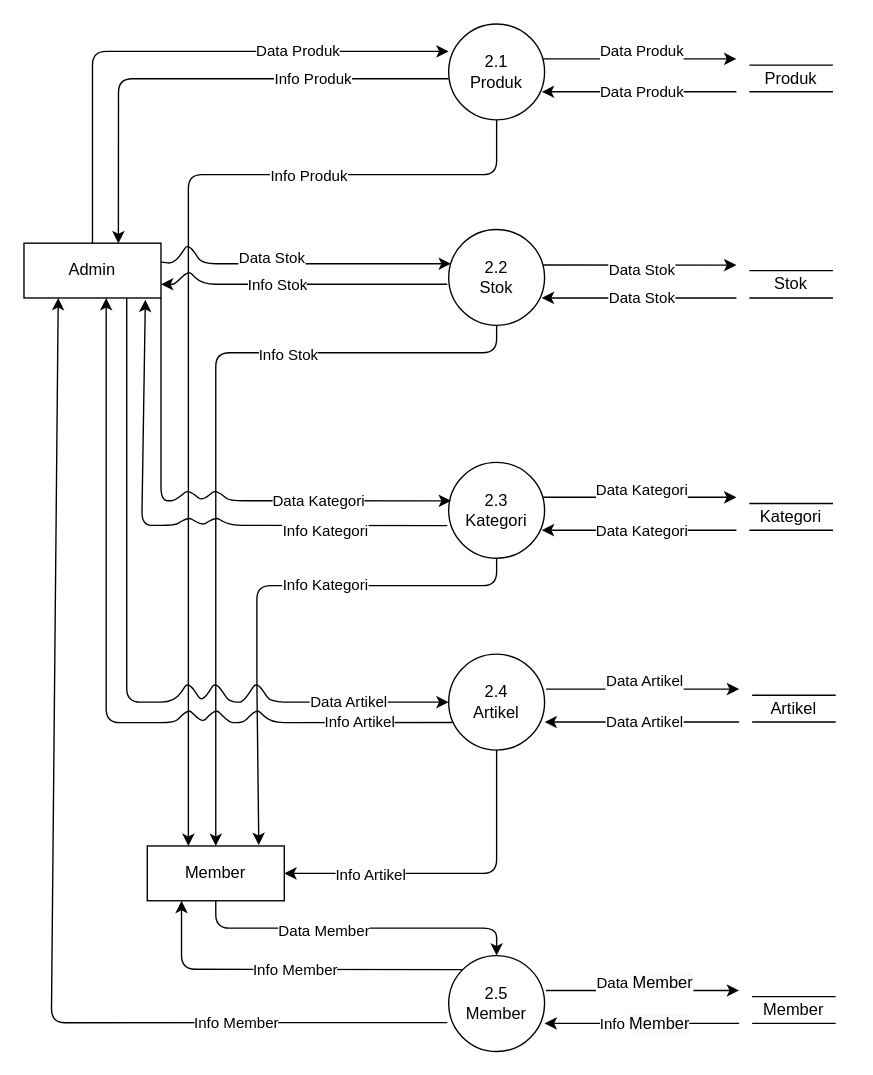
Above: Untitled Diagram.drawio in kuzdev/dfd-lvl2-pcs2 (draw.io), before the change. Source tidied: cells renumbered, new cells numbered last; positions are measured from the earlier drawing's top-left corner, leaving out a move shared by most shapes. Both pictures are drawn from the tidied source at 137%, with x=0, y=0 at pixel (23, 23).
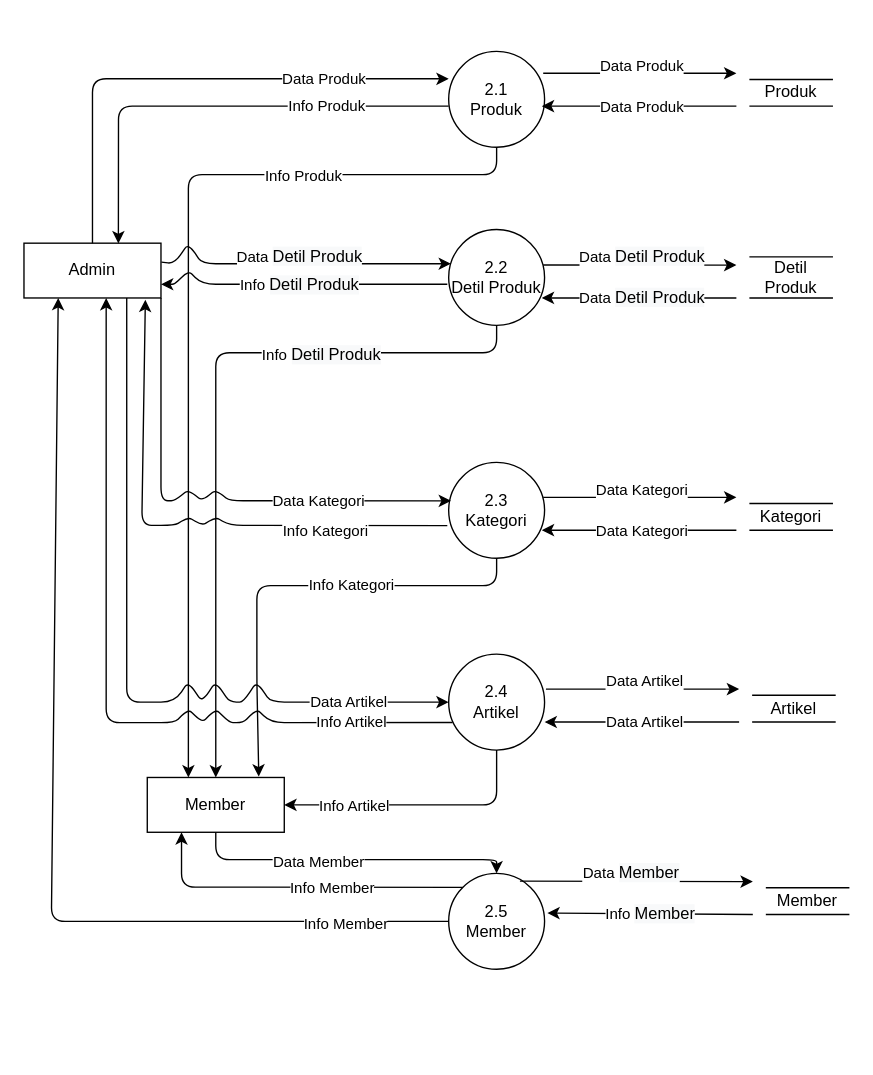
The same diagram, later.

The change refers to these unchanged cells:
```xml
<mxCell id="2" value="Admin" style="rounded=0;whiteSpace=wrap;html=1;" parent="1" vertex="1">
  <mxGeometry y="160" width="100" height="40" as="geometry" />
</mxCell>
<mxCell id="5" value="2.4&lt;br&gt;Artikel" style="ellipse;whiteSpace=wrap;html=1;" parent="1" vertex="1">
  <mxGeometry x="310" y="460" width="70" height="70" as="geometry" />
</mxCell>
<mxCell id="8" style="endArrow=classic;html=1;exitX=0.986;exitY=0.371;exitDx=0;exitDy=0;exitPerimeter=0;" parent="1" edge="1" source="7">
  <mxGeometry relative="1" as="geometry">
    <mxPoint x="520" y="176" as="targetPoint" />
  </mxGeometry>
</mxCell>
<mxCell id="10" style="endArrow=classic;html=1;entryX=0.971;entryY=0.714;entryDx=0;entryDy=0;entryPerimeter=0;" parent="1" edge="1" target="7">
  <mxGeometry relative="1" as="geometry">
    <mxPoint x="520" y="200" as="sourcePoint" />
  </mxGeometry>
</mxCell>
<mxCell id="38" style="endArrow=classic;html=1;exitX=1.003;exitY=0.346;exitDx=0;exitDy=0;exitPerimeter=0;entryX=0.024;entryY=0.357;entryDx=0;entryDy=0;entryPerimeter=0;" parent="1" edge="1" source="2" target="7">
  <mxGeometry relative="1" as="geometry">
    <Array as="points">
      <mxPoint x="110" y="175" />
      <mxPoint x="120" y="160" />
      <mxPoint x="130" y="175" />
    </Array>
  </mxGeometry>
</mxCell>
<mxCell id="40" style="endArrow=classic;html=1;entryX=1;entryY=0.75;entryDx=0;entryDy=0;" parent="1" edge="1" target="2">
  <mxGeometry relative="1" as="geometry">
    <mxPoint x="309" y="190" as="sourcePoint" />
    <Array as="points">
      <mxPoint x="130" y="190" />
      <mxPoint x="120" y="180" />
      <mxPoint x="110" y="190" />
    </Array>
  </mxGeometry>
</mxCell>
<mxCell id="50" style="endArrow=classic;html=1;exitX=0.041;exitY=0.712;exitDx=0;exitDy=0;exitPerimeter=0;" parent="1" edge="1" source="5">
  <mxGeometry relative="1" as="geometry">
    <mxPoint x="60" y="200" as="targetPoint" />
    <Array as="points">
      <mxPoint x="180" y="510" />
      <mxPoint x="170" y="500" />
      <mxPoint x="160" y="510" />
      <mxPoint x="150" y="510" />
      <mxPoint x="140" y="500" />
      <mxPoint x="130" y="510" />
      <mxPoint x="120" y="500" />
      <mxPoint x="110" y="510" />
      <mxPoint x="60" y="510" />
    </Array>
  </mxGeometry>
</mxCell>
<mxCell id="54" style="endArrow=classic;html=1;entryX=0.5;entryY=0;entryDx=0;entryDy=0;exitX=0.5;exitY=1;exitDx=0;exitDy=0;" parent="1" edge="1" source="7" target="37">
  <mxGeometry relative="1" as="geometry">
    <Array as="points">
      <mxPoint x="345" y="240" />
      <mxPoint x="140" y="240" />
      <mxPoint x="140" y="340" />
    </Array>
  </mxGeometry>
</mxCell>
```

The edit, as a diff of the source:
```diff
@@
     <mxCell id="3" value="2.1&lt;br&gt;Produk" style="ellipse;whiteSpace=wrap;html=1;" parent="1" vertex="1">
-      <mxGeometry x="310" width="70" height="70" as="geometry" />
+      <mxGeometry x="310" y="20" width="70" height="70" as="geometry" />
     </mxCell>
     <mxCell id="4" value="2.5&lt;br&gt;Member" style="ellipse;whiteSpace=wrap;html=1;" parent="1" vertex="1">
-      <mxGeometry x="310" y="680" width="70" height="70" as="geometry" />
+      <mxGeometry x="310" y="620" width="70" height="70" as="geometry" />
     </mxCell>
@@
-    <mxCell id="7" value="2.2&lt;br&gt;Stok" style="ellipse;whiteSpace=wrap;html=1;" parent="1" vertex="1">
+    <mxCell id="7" value="2.2&lt;br&gt;Detil Produk" style="ellipse;whiteSpace=wrap;html=1;" parent="1" vertex="1">
       <mxGeometry x="310" y="150" width="70" height="70" as="geometry" />
     </mxCell>
@@
-    <mxCell id="9" value="Data Stok" style="edgeLabel;html=1;align=center;verticalAlign=middle;" parent="8" vertex="1">
+    <mxCell id="9" value="Data&amp;nbsp;&lt;span style=&quot;font-size: 12px ; background-color: rgb(248 , 249 , 250)&quot;&gt;Detil Produk&lt;/span&gt;" style="edgeLabel;html=1;align=center;verticalAlign=middle;" parent="8" vertex="1">
       <mxGeometry x="-0.38" y="-1" relative="1" as="geometry">
-        <mxPoint x="27" y="3" as="offset" />
+        <mxPoint x="27" y="-7" as="offset" />
       </mxGeometry>
     </mxCell>
@@
-    <mxCell id="11" value="Data Stok" style="edgeLabel;html=1;align=center;verticalAlign=middle;" parent="10" vertex="1">
+    <mxCell id="11" value="Data&amp;nbsp;&lt;span style=&quot;font-size: 12px ; background-color: rgb(248 , 249 , 250)&quot;&gt;Detil Produk&lt;/span&gt;" style="edgeLabel;html=1;align=center;verticalAlign=middle;" parent="10" vertex="1">
       <mxGeometry x="0.55" relative="1" as="geometry">
         <mxPoint x="40" as="offset" />
       </mxGeometry>
     </mxCell>
-    <mxCell id="12" value="Stok" style="shape=partialRectangle;whiteSpace=wrap;html=1;left=0;right=0;fillColor=none;" parent="1" vertex="1">
-      <mxGeometry x="530" y="180" width="60" height="20" as="geometry" />
+    <mxCell id="12" value="Detil Produk" style="shape=partialRectangle;whiteSpace=wrap;html=1;left=0;right=0;fillColor=none;" parent="1" vertex="1">
+      <mxGeometry x="530" y="170" width="60" height="30" as="geometry" />
     </mxCell>
@@
     <mxCell id="18" style="endArrow=classic;html=1;exitX=0.986;exitY=0.371;exitDx=0;exitDy=0;exitPerimeter=0;" parent="1" edge="1">
       <mxGeometry relative="1" as="geometry">
-        <mxPoint x="379" y="25.5" as="sourcePoint" />
-        <mxPoint x="520" y="25.5" as="targetPoint" />
+        <mxPoint x="379" y="36" as="sourcePoint" />
+        <mxPoint x="520" y="36" as="targetPoint" />
       </mxGeometry>
     </mxCell>
@@
     <mxCell id="20" style="endArrow=classic;html=1;entryX=0.971;entryY=0.714;entryDx=0;entryDy=0;entryPerimeter=0;" parent="1" edge="1">
       <mxGeometry relative="1" as="geometry">
-        <mxPoint x="520" y="49.5" as="sourcePoint" />
-        <mxPoint x="378" y="49.5" as="targetPoint" />
+        <mxPoint x="520" y="60" as="sourcePoint" />
+        <mxPoint x="378" y="60" as="targetPoint" />
       </mxGeometry>
     </mxCell>
@@
     <mxCell id="22" value="Produk" style="shape=partialRectangle;whiteSpace=wrap;html=1;left=0;right=0;fillColor=none;" parent="1" vertex="1">
-      <mxGeometry x="530" y="30" width="60" height="19.5" as="geometry" />
+      <mxGeometry x="530" y="40.5" width="60" height="19.5" as="geometry" />
     </mxCell>
@@
-    <mxCell id="28" style="endArrow=classic;html=1;exitX=0.986;exitY=0.371;exitDx=0;exitDy=0;exitPerimeter=0;" parent="1" edge="1">
+    <mxCell id="28" style="endArrow=classic;html=1;exitX=0.743;exitY=0.081;exitDx=0;exitDy=0;exitPerimeter=0;" parent="1" edge="1" source="4">
       <mxGeometry relative="1" as="geometry">
-        <mxPoint x="381" y="705.5" as="sourcePoint" />
-        <mxPoint x="522" y="705.5" as="targetPoint" />
+        <mxPoint x="532" y="626" as="targetPoint" />
       </mxGeometry>
     </mxCell>
@@
-    <mxCell id="30" style="endArrow=classic;html=1;entryX=0.971;entryY=0.714;entryDx=0;entryDy=0;entryPerimeter=0;" parent="1" edge="1">
+    <mxCell id="30" style="endArrow=classic;html=1;entryX=1.029;entryY=0.414;entryDx=0;entryDy=0;entryPerimeter=0;" parent="1" edge="1" target="4">
       <mxGeometry relative="1" as="geometry">
-        <mxPoint x="522" y="729.5" as="sourcePoint" />
-        <mxPoint x="380" y="729.5" as="targetPoint" />
+        <mxPoint x="532" y="650" as="sourcePoint" />
       </mxGeometry>
     </mxCell>
@@
     <mxCell id="32" value="Member" style="shape=partialRectangle;whiteSpace=wrap;html=1;left=0;right=0;fillColor=none;" parent="1" vertex="1">
-      <mxGeometry x="532" y="710" width="60" height="19.5" as="geometry" />
+      <mxGeometry x="542" y="630.5" width="60" height="19.5" as="geometry" />
     </mxCell>
     <mxCell id="33" style="endArrow=classic;html=1;exitX=0.5;exitY=0;exitDx=0;exitDy=0;entryX=0;entryY=0.286;entryDx=0;entryDy=0;entryPerimeter=0;" parent="1" edge="1" source="2" target="3">
       <mxGeometry relative="1" as="geometry">
         <Array as="points">
-          <mxPoint x="50" y="20" />
+          <mxPoint x="50" y="40" />
         </Array>
       </mxGeometry>
     </mxCell>
     <mxCell id="34" value="Data Produk" style="edgeLabel;html=1;align=center;verticalAlign=middle;" parent="33" vertex="1">
       <mxGeometry x="0.07" y="1" relative="1" as="geometry">
-        <mxPoint x="75.7" as="offset" />
+        <mxPoint x="85" as="offset" />
       </mxGeometry>
     </mxCell>
     <mxCell id="35" style="endArrow=classic;html=1;exitX=0;exitY=0.571;exitDx=0;exitDy=0;exitPerimeter=0;entryX=0.689;entryY=0.004;entryDx=0;entryDy=0;entryPerimeter=0;" parent="1" edge="1" source="3" target="2">
       <mxGeometry relative="1" as="geometry">
         <Array as="points">
-          <mxPoint x="69" y="40" />
+          <mxPoint x="69" y="60" />
         </Array>
       </mxGeometry>
     </mxCell>
@@
     <mxCell id="37" value="Member" style="rounded=0;whiteSpace=wrap;html=1;" parent="1" vertex="1">
-      <mxGeometry x="90" y="600" width="100" height="40" as="geometry" />
+      <mxGeometry x="90" y="550" width="100" height="40" as="geometry" />
     </mxCell>
@@
-    <mxCell id="39" value="Data Stok" style="edgeLabel;html=1;align=center;verticalAlign=middle;" parent="38" vertex="1">
+    <mxCell id="39" value="Data&amp;nbsp;&lt;span style=&quot;font-size: 12px ; background-color: rgb(248 , 249 , 250)&quot;&gt;Detil Produk&lt;/span&gt;" style="edgeLabel;html=1;align=center;verticalAlign=middle;" parent="38" vertex="1">
       <mxGeometry x="-0.19" y="-1" relative="1" as="geometry">
-        <mxPoint x="4.4" y="-5.3" as="offset" />
+        <mxPoint x="24" y="-6" as="offset" />
       </mxGeometry>
     </mxCell>
@@
-    <mxCell id="41" value="Info Stok" style="edgeLabel;html=1;align=center;verticalAlign=middle;" parent="40" vertex="1">
+    <mxCell id="41" value="Info&amp;nbsp;&lt;span style=&quot;font-size: 12px ; background-color: rgb(248 , 249 , 250)&quot;&gt;Detil Produk&lt;/span&gt;" style="edgeLabel;html=1;align=center;verticalAlign=middle;" parent="40" vertex="1">
       <mxGeometry x="0.35" y="1" relative="1" as="geometry">
-        <mxPoint x="22.3" y="-1" as="offset" />
+        <mxPoint x="38" y="-1" as="offset" />
       </mxGeometry>
     </mxCell>
@@
-    <mxCell id="46" style="endArrow=classic;html=1;entryX=0.25;entryY=1;entryDx=0;entryDy=0;" parent="1" edge="1" target="2">
+    <mxCell id="46" style="endArrow=classic;html=1;entryX=0.25;entryY=1;entryDx=0;entryDy=0;exitX=0;exitY=0.5;exitDx=0;exitDy=0;" parent="1" edge="1" source="4" target="2">
       <mxGeometry relative="1" as="geometry">
-        <mxPoint x="309" y="728.9" as="sourcePoint" />
         <Array as="points">
-          <mxPoint x="20" y="729" />
+          <mxPoint x="20" y="655" />
         </Array>
       </mxGeometry>
     </mxCell>
     <mxCell id="47" value="Info Member" style="edgeLabel;html=1;align=center;verticalAlign=middle;" parent="46" vertex="1">
-      <mxGeometry x="-0.62" relative="1" as="geometry" />
+      <mxGeometry x="-0.62" relative="1" as="geometry">
+        <mxPoint x="66" y="1" as="offset" />
+      </mxGeometry>
     </mxCell>
@@
     <mxCell id="51" value="Info Artikel" style="edgeLabel;html=1;align=center;verticalAlign=middle;" parent="50" vertex="1">
       <mxGeometry x="-0.61" y="1" relative="1" as="geometry">
-        <mxPoint x="46.5" y="-1.4" as="offset" />
+        <mxPoint x="41" y="-1" as="offset" />
       </mxGeometry>
     </mxCell>
     <mxCell id="52" style="endArrow=classic;html=1;exitX=0.5;exitY=1;exitDx=0;exitDy=0;" parent="1" edge="1" source="3">
       <mxGeometry relative="1" as="geometry">
-        <mxPoint x="120" y="600" as="targetPoint" />
+        <mxPoint x="120" y="550" as="targetPoint" />
         <Array as="points">
           <mxPoint x="345" y="110" />
           <mxPoint x="120" y="110" />
           <mxPoint x="120" y="160" />
           <mxPoint x="120" y="340" />
           <mxPoint x="120" y="480" />
         </Array>
       </mxGeometry>
     </mxCell>
@@
-    <mxCell id="55" value="Info Stok" style="edgeLabel;html=1;align=center;verticalAlign=middle;" parent="54" vertex="1">
-      <mxGeometry x="-0.41" y="1" relative="1" as="geometry" />
+    <mxCell id="55" value="Info&amp;nbsp;&lt;span style=&quot;font-size: 12px ; background-color: rgb(248 , 249 , 250)&quot;&gt;Detil Produk&lt;/span&gt;" style="edgeLabel;html=1;align=center;verticalAlign=middle;" parent="54" vertex="1">
+      <mxGeometry x="-0.41" y="1" relative="1" as="geometry">
+        <mxPoint x="9" as="offset" />
+      </mxGeometry>
     </mxCell>
@@
     <mxCell id="58" style="endArrow=classic;html=1;entryX=1;entryY=0.5;entryDx=0;entryDy=0;exitX=0.5;exitY=1;exitDx=0;exitDy=0;" parent="1" edge="1" source="5" target="37">
       <mxGeometry relative="1" as="geometry">
         <Array as="points">
-          <mxPoint x="345" y="620" />
+          <mxPoint x="345" y="570" />
         </Array>
       </mxGeometry>
     </mxCell>
@@
     <mxCell id="60" style="endArrow=classic;html=1;entryX=0.25;entryY=1;entryDx=0;entryDy=0;exitX=0;exitY=0;exitDx=0;exitDy=0;" parent="1" edge="1" source="4" target="37">
       <mxGeometry relative="1" as="geometry">
         <Array as="points">
-          <mxPoint x="115" y="690" />
+          <mxPoint x="115" y="630" />
         </Array>
       </mxGeometry>
     </mxCell>
     <mxCell id="61" value="Info Member" style="edgeLabel;html=1;align=center;verticalAlign=middle;" parent="60" vertex="1">
-      <mxGeometry x="-0.04" relative="1" as="geometry" />
+      <mxGeometry x="-0.04" relative="1" as="geometry">
+        <mxPoint x="22" as="offset" />
+      </mxGeometry>
     </mxCell>
     <mxCell id="62" style="endArrow=classic;html=1;entryX=0.5;entryY=0;entryDx=0;entryDy=0;exitX=0.5;exitY=1;exitDx=0;exitDy=0;" parent="1" edge="1" source="37" target="4">
       <mxGeometry relative="1" as="geometry">
         <Array as="points">
-          <mxPoint x="140" y="660" />
-          <mxPoint x="345" y="660" />
+          <mxPoint x="140" y="610" />
+          <mxPoint x="345" y="610" />
         </Array>
       </mxGeometry>
     </mxCell>
```
